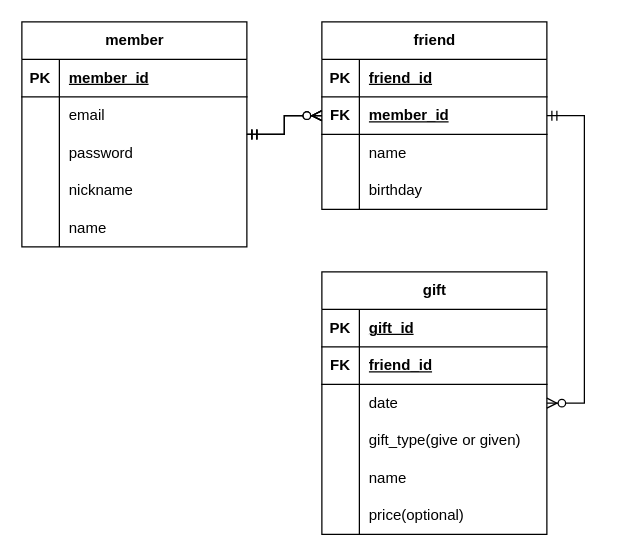
This is birthday_alert.drawio from GunwooJo/Birthday_alert_web, a draw.io file, before an edit. Source tidied: cells renumbered, new cells numbered last; positions are measured from the earlier drawing's top-left corner, leaving out a move shared by most shapes. Both pictures are drawn from the tidied source at 125%, with x=0, y=0 at pixel (21, 21).
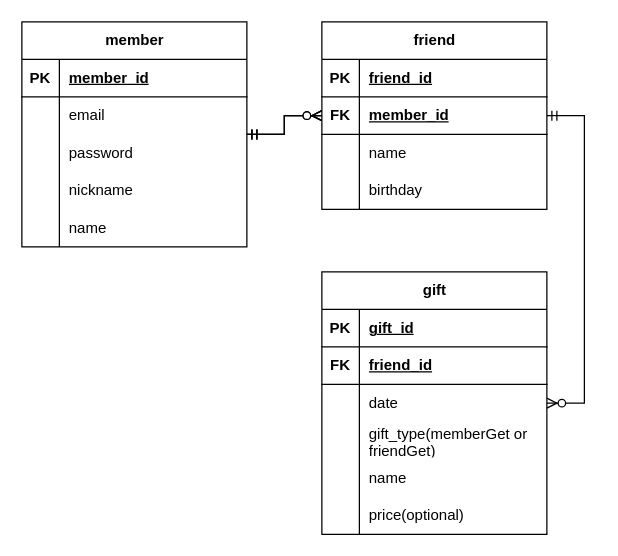
After the change.

The change refers to these unchanged cells:
```xml
<mxCell id="42" style="shape=tableRow;horizontal=0;startSize=0;swimlaneHead=0;swimlaneBody=0;fillColor=none;top=0;left=0;right=0;bottom=0;" parent="32" vertex="1">
  <mxGeometry y="120" width="180" height="30" as="geometry" />
</mxCell>
```

Diff of the diagram source:
```diff
@@
-    <mxCell id="44" value="gift_type(give or given)" style="shape=partialRectangle;fillColor=none;top=0;left=0;bottom=0;right=0;align=left;spacingLeft=6;overflow=hidden;whiteSpace=wrap;html=1;" parent="42" vertex="1">
+    <mxCell id="44" value="gift_type(memberGet or friendGet)" style="shape=partialRectangle;fillColor=none;top=0;left=0;bottom=0;right=0;align=left;spacingLeft=6;overflow=hidden;whiteSpace=wrap;html=1;" parent="42" vertex="1">
       <mxGeometry x="30" width="150" height="30" as="geometry" />
     </mxCell>
```
